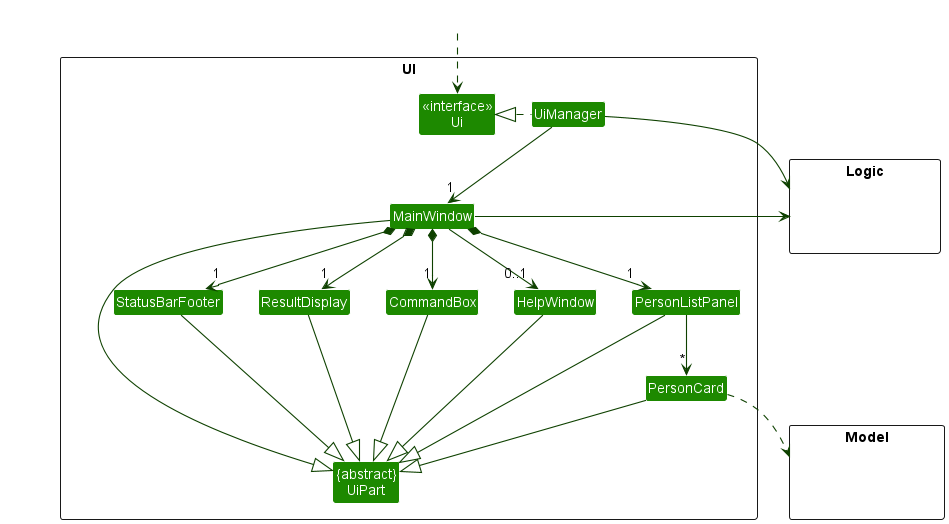
nus-cs2103-AY2223S2/tp keeps this PlantUML diagram as docs/diagrams/UiClassDiagram.png. Above is the earlier version.
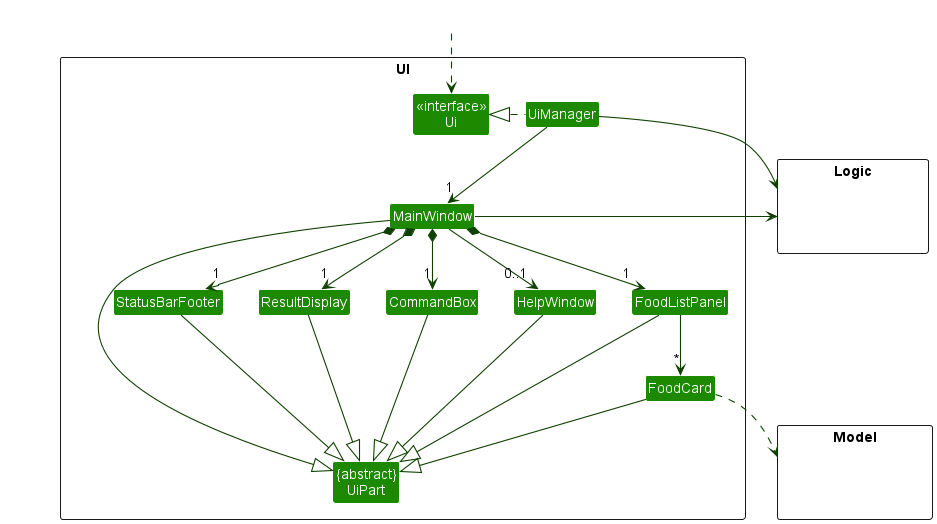
Later version of the same file.

The edit, as a diff of the source:
```diff
@@ -11,8 +11,8 @@
 Class MainWindow
 Class HelpWindow
 Class ResultDisplay
-Class PersonListPanel
-Class PersonCard
+Class FoodListPanel
+Class FoodCard
 Class StatusBarFooter
 Class CommandBox
 }
@@ -32,26 +32,26 @@
 UiManager -down-> "1" MainWindow
 MainWindow *-down->  "1" CommandBox
 MainWindow *-down-> "1" ResultDisplay
-MainWindow *-down-> "1" PersonListPanel
+MainWindow *-down-> "1" FoodListPanel
 MainWindow *-down-> "1" StatusBarFooter
 MainWindow --> "0..1" HelpWindow
 
-PersonListPanel -down-> "*" PersonCard
+FoodListPanel -down-> "*" FoodCard
 
 MainWindow -left-|> UiPart
 
 ResultDisplay --|> UiPart
 CommandBox --|> UiPart
-PersonListPanel --|> UiPart
-PersonCard --|> UiPart
+FoodListPanel --|> UiPart
+FoodCard --|> UiPart
 StatusBarFooter --|> UiPart
 HelpWindow --|> UiPart
 
-PersonCard ..> Model
+FoodCard ..> Model
 UiManager -right-> Logic
 MainWindow -left-> Logic
 
-PersonListPanel -[hidden]left- HelpWindow
+FoodListPanel -[hidden]left- HelpWindow
 HelpWindow -[hidden]left- CommandBox
 CommandBox -[hidden]left- ResultDisplay
 ResultDisplay -[hidden]left- StatusBarFooter
```
